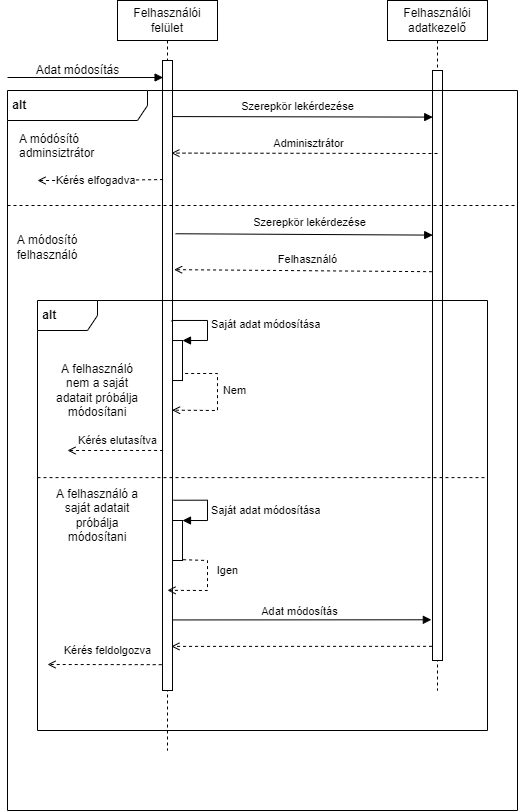
Matyi98/Szamitogep-biztonsag-VIHIMA06 keeps this draw.io diagram as img/User_data_modification.png. Above is the earlier version. Source tidied: cells renumbered, new cells last; positions are measured from the earlier drawing's top-left corner, leaving out a move shared by most shapes. Its diagram source:
```xml
<mxGraphModel>
  <root>
    <mxCell id="0" />
    <mxCell id="1" parent="0" />
    <mxCell id="2" value="Felhasználói felület" style="shape=umlLifeline;perimeter=lifelinePerimeter;whiteSpace=wrap;html=1;outlineConnect=0;" parent="1" vertex="1">
      <mxGeometry x="110" width="100" height="750" as="geometry" />
    </mxCell>
    <mxCell id="3" style="html=1;points=[];perimeter=orthogonalPerimeter;" parent="2" vertex="1">
      <mxGeometry x="45" y="60" width="10" height="630" as="geometry" />
    </mxCell>
    <mxCell id="4" style="html=1;points=[];perimeter=orthogonalPerimeter;" parent="2" vertex="1">
      <mxGeometry x="55" y="340" width="10" height="40" as="geometry" />
    </mxCell>
    <mxCell id="5" value="Saját adat módosítása" style="edgeStyle=orthogonalEdgeStyle;html=1;align=left;spacingLeft=2;endArrow=block;rounded=0;entryX=1;entryY=0;exitX=0.955;exitY=0.415;exitDx=0;exitDy=0;exitPerimeter=0;" parent="2" edge="1" source="3" target="4">
      <mxGeometry relative="1" as="geometry">
        <Array as="points">
          <mxPoint x="55" y="320" />
          <mxPoint x="90" y="320" />
          <mxPoint x="90" y="340" />
        </Array>
      </mxGeometry>
    </mxCell>
    <mxCell id="6" style="html=1;verticalAlign=bottom;labelBackgroundColor=none;endArrow=open;endFill=0;dashed=1;rounded=0;entryX=0.955;entryY=0.555;entryDx=0;entryDy=0;entryPerimeter=0;exitX=1.266;exitY=0.824;exitDx=0;exitDy=0;exitPerimeter=0;" parent="2" edge="1" source="4" target="3">
      <mxGeometry relative="1" as="geometry">
        <Array as="points">
          <mxPoint x="100" y="373" />
          <mxPoint x="100" y="410" />
        </Array>
      </mxGeometry>
    </mxCell>
    <mxCell id="7" value="Nem" style="edgeLabel;html=1;align=center;verticalAlign=middle;" parent="6" vertex="1">
      <mxGeometry x="0.46" y="-1" relative="1" as="geometry">
        <mxPoint x="31" y="-19" as="offset" />
      </mxGeometry>
    </mxCell>
    <mxCell id="8" style="html=1;points=[];perimeter=orthogonalPerimeter;" parent="2" vertex="1">
      <mxGeometry x="55" y="520" width="10" height="40" as="geometry" />
    </mxCell>
    <mxCell id="9" value="Saját adat módosítása" style="edgeStyle=orthogonalEdgeStyle;html=1;align=left;spacingLeft=2;endArrow=block;rounded=0;entryX=1;entryY=0;exitX=1.093;exitY=0.698;exitDx=0;exitDy=0;exitPerimeter=0;" parent="2" edge="1" source="3" target="8">
      <mxGeometry x="0.12" relative="1" as="geometry">
        <Array as="points">
          <mxPoint x="90" y="500" />
          <mxPoint x="90" y="520" />
        </Array>
      </mxGeometry>
    </mxCell>
    <mxCell id="10" style="html=1;verticalAlign=bottom;labelBackgroundColor=none;endArrow=open;endFill=0;dashed=1;rounded=0;exitX=1.059;exitY=0.98;exitDx=0;exitDy=0;exitPerimeter=0;entryX=0.5;entryY=0.841;entryDx=0;entryDy=0;entryPerimeter=0;" parent="2" edge="1" source="8" target="3">
      <mxGeometry relative="1" as="geometry">
        <Array as="points">
          <mxPoint x="90" y="560" />
          <mxPoint x="90" y="590" />
        </Array>
      </mxGeometry>
    </mxCell>
    <mxCell id="11" value="Igen" style="edgeLabel;html=1;align=center;verticalAlign=middle;" parent="10" vertex="1">
      <mxGeometry x="0.38" relative="1" as="geometry">
        <mxPoint x="30" y="-20" as="offset" />
      </mxGeometry>
    </mxCell>
    <mxCell id="12" style="html=1;verticalAlign=bottom;labelBackgroundColor=none;endArrow=block;endFill=1;rounded=0;entryX=0.059;entryY=0.027;entryDx=0;entryDy=0;entryPerimeter=0;" parent="1" edge="1" target="3">
      <mxGeometry relative="1" as="geometry">
        <mxPoint y="77" as="sourcePoint" />
      </mxGeometry>
    </mxCell>
    <mxCell id="13" value="Adat módosítás" style="text;html=1;align=center;verticalAlign=middle;strokeColor=none;fillColor=none;" parent="1" vertex="1">
      <mxGeometry x="15" y="55" width="110" height="30" as="geometry" />
    </mxCell>
    <mxCell id="14" value="Felhasználói adatkezelő" style="shape=umlLifeline;perimeter=lifelinePerimeter;whiteSpace=wrap;html=1;outlineConnect=0;" parent="1" vertex="1">
      <mxGeometry x="380" width="100" height="690" as="geometry" />
    </mxCell>
    <mxCell id="15" style="html=1;points=[];perimeter=orthogonalPerimeter;" parent="14" vertex="1">
      <mxGeometry x="45" y="70" width="10" height="590" as="geometry" />
    </mxCell>
    <mxCell id="16" style="html=1;verticalAlign=bottom;labelBackgroundColor=none;endArrow=block;endFill=1;rounded=0;exitX=0.955;exitY=0.089;exitDx=0;exitDy=0;exitPerimeter=0;entryX=0.024;entryY=0.079;entryDx=0;entryDy=0;entryPerimeter=0;" parent="1" edge="1" source="3" target="15">
      <mxGeometry relative="1" as="geometry" />
    </mxCell>
    <mxCell id="17" value="Szerepkör lekérdezése" style="edgeLabel;html=1;align=center;verticalAlign=middle;" parent="16" vertex="1">
      <mxGeometry x="0.06" relative="1" as="geometry">
        <mxPoint x="-13" y="-11" as="offset" />
      </mxGeometry>
    </mxCell>
    <mxCell id="18" style="html=1;verticalAlign=bottom;labelBackgroundColor=none;endArrow=open;endFill=0;dashed=1;rounded=0;entryX=0.886;entryY=0.147;entryDx=0;entryDy=0;entryPerimeter=0;" parent="1" edge="1" target="3">
      <mxGeometry relative="1" as="geometry">
        <mxPoint x="430" y="153" as="sourcePoint" />
      </mxGeometry>
    </mxCell>
    <mxCell id="19" value="Adminisztrátor" style="edgeLabel;html=1;align=center;verticalAlign=middle;" parent="18" vertex="1">
      <mxGeometry x="0.11" relative="1" as="geometry">
        <mxPoint x="19" y="-10" as="offset" />
      </mxGeometry>
    </mxCell>
    <mxCell id="20" style="html=1;verticalAlign=bottom;labelBackgroundColor=none;endArrow=open;endFill=0;dashed=1;rounded=0;exitX=0.059;exitY=0.189;exitDx=0;exitDy=0;exitPerimeter=0;" parent="1" edge="1" source="3">
      <mxGeometry relative="1" as="geometry">
        <mxPoint x="30" y="180" as="targetPoint" />
        <Array as="points">
          <mxPoint x="80" y="180" />
        </Array>
      </mxGeometry>
    </mxCell>
    <mxCell id="21" value="Kérés elfogadva" style="edgeLabel;html=1;align=center;verticalAlign=middle;" parent="20" vertex="1">
      <mxGeometry x="0.09" relative="1" as="geometry" />
    </mxCell>
    <mxCell id="22" style="html=1;verticalAlign=bottom;labelBackgroundColor=none;endArrow=block;endFill=1;rounded=0;entryX=0.024;entryY=0.279;entryDx=0;entryDy=0;entryPerimeter=0;exitX=1.3;exitY=0.275;exitDx=0;exitDy=0;exitPerimeter=0;" parent="1" edge="1" source="3" target="15">
      <mxGeometry relative="1" as="geometry" />
    </mxCell>
    <mxCell id="23" value="Szerepkör lekérdezése" style="edgeLabel;html=1;align=center;verticalAlign=middle;" parent="22" vertex="1">
      <mxGeometry x="-0.07" y="-1" relative="1" as="geometry">
        <mxPoint x="14" y="-13" as="offset" />
      </mxGeometry>
    </mxCell>
    <mxCell id="24" style="html=1;verticalAlign=bottom;labelBackgroundColor=none;endArrow=open;endFill=0;dashed=1;rounded=0;entryX=1.162;entryY=0.332;entryDx=0;entryDy=0;entryPerimeter=0;exitX=-0.045;exitY=0.341;exitDx=0;exitDy=0;exitPerimeter=0;" parent="1" edge="1" source="15" target="3">
      <mxGeometry relative="1" as="geometry" />
    </mxCell>
    <mxCell id="25" value="Felhasználó" style="edgeLabel;html=1;align=center;verticalAlign=middle;" parent="24" vertex="1">
      <mxGeometry x="0.17" relative="1" as="geometry">
        <mxPoint x="26" y="-11" as="offset" />
      </mxGeometry>
    </mxCell>
    <mxCell id="26" style="html=1;verticalAlign=bottom;labelBackgroundColor=none;endArrow=open;endFill=0;dashed=1;rounded=0;exitX=0.059;exitY=0.619;exitDx=0;exitDy=0;exitPerimeter=0;" parent="1" edge="1" source="3">
      <mxGeometry relative="1" as="geometry">
        <mxPoint x="60" y="450" as="targetPoint" />
      </mxGeometry>
    </mxCell>
    <mxCell id="27" value="Kérés elutasítva" style="edgeLabel;html=1;align=center;verticalAlign=middle;" parent="26" vertex="1">
      <mxGeometry x="0.21" relative="1" as="geometry">
        <mxPoint x="12" y="-10" as="offset" />
      </mxGeometry>
    </mxCell>
    <mxCell id="28" value="A" style="html=1;verticalAlign=bottom;labelBackgroundColor=none;endArrow=block;endFill=1;rounded=0;exitX=1.024;exitY=0.888;exitDx=0;exitDy=0;exitPerimeter=0;entryX=-0.114;entryY=0.931;entryDx=0;entryDy=0;entryPerimeter=0;" parent="1" edge="1" source="3" target="15">
      <mxGeometry relative="1" as="geometry" />
    </mxCell>
    <mxCell id="29" value="Adat módosítás" style="edgeLabel;html=1;align=center;verticalAlign=middle;" parent="28" vertex="1">
      <mxGeometry x="-0.16" y="1" relative="1" as="geometry">
        <mxPoint x="18" y="-8" as="offset" />
      </mxGeometry>
    </mxCell>
    <mxCell id="30" style="html=1;verticalAlign=bottom;labelBackgroundColor=none;endArrow=open;endFill=0;dashed=1;rounded=0;exitX=-0.045;exitY=0.976;exitDx=0;exitDy=0;exitPerimeter=0;entryX=0.886;entryY=0.93;entryDx=0;entryDy=0;entryPerimeter=0;" parent="1" edge="1" source="15" target="3">
      <mxGeometry relative="1" as="geometry" />
    </mxCell>
    <mxCell id="31" style="html=1;verticalAlign=bottom;labelBackgroundColor=none;endArrow=open;endFill=0;dashed=1;rounded=0;exitX=-0.079;exitY=0.959;exitDx=0;exitDy=0;exitPerimeter=0;" parent="1" edge="1" source="3">
      <mxGeometry relative="1" as="geometry">
        <mxPoint x="40" y="664" as="targetPoint" />
      </mxGeometry>
    </mxCell>
    <mxCell id="32" value="Kérés feldolgozva" style="edgeLabel;html=1;align=center;verticalAlign=middle;" parent="31" vertex="1">
      <mxGeometry x="0.35" relative="1" as="geometry">
        <mxPoint x="23" y="-14" as="offset" />
      </mxGeometry>
    </mxCell>
    <mxCell id="33" value="&lt;b&gt;&amp;nbsp;alt&lt;/b&gt;" style="shape=umlFrame;tabWidth=110;tabHeight=30;tabPosition=left;html=1;boundedLbl=1;labelInHeader=1;width=140;height=30;align=left;" parent="1" vertex="1">
      <mxGeometry y="90" width="510" height="720" as="geometry" />
    </mxCell>
    <mxCell id="34" value="A módósító&#10;adminsiztrátor" style="text;" parent="33" vertex="1">
      <mxGeometry width="110" height="40" relative="1" as="geometry">
        <mxPoint x="10" y="35" as="offset" />
      </mxGeometry>
    </mxCell>
    <mxCell id="35" style="line;strokeWidth=1;dashed=1;labelPosition=center;verticalLabelPosition=bottom;align=left;verticalAlign=top;spacingLeft=20;spacingTop=15;" parent="33" vertex="1">
      <mxGeometry width="510" height="230" as="geometry" />
    </mxCell>
    <mxCell id="36" value="A módosító felhasználó" style="text;html=1;strokeColor=none;fillColor=none;align=center;verticalAlign=middle;whiteSpace=wrap;rounded=0;" parent="33" vertex="1">
      <mxGeometry x="10" y="130" width="60" height="53.3" as="geometry" />
    </mxCell>
    <mxCell id="37" value="&lt;b&gt;&amp;nbsp;alt&lt;/b&gt;" style="shape=umlFrame;whiteSpace=wrap;html=1;align=left;" parent="33" vertex="1">
      <mxGeometry x="30" y="210" width="450" height="430" as="geometry" />
    </mxCell>
    <mxCell id="38" style="line;strokeWidth=1;fillColor=none;align=left;verticalAlign=middle;spacingTop=-1;spacingLeft=3;spacingRight=3;labelPosition=right;strokeColor=inherit;dashed=1;" parent="33" vertex="1">
      <mxGeometry x="30" y="380" width="450" height="14.2" as="geometry" />
    </mxCell>
    <mxCell id="39" value="A felhasználó nem a saját adatait próbálja módosítani" style="text;html=1;strokeColor=none;fillColor=none;align=center;verticalAlign=middle;whiteSpace=wrap;rounded=0;dashed=1;" parent="33" vertex="1">
      <mxGeometry x="40" y="270" width="100" height="60.4" as="geometry" />
    </mxCell>
    <mxCell id="40" value="A felhasználó a saját adatait próbálja módosítani" style="text;html=1;strokeColor=none;fillColor=none;align=center;verticalAlign=middle;whiteSpace=wrap;rounded=0;" parent="33" vertex="1">
      <mxGeometry x="40" y="400" width="100" height="50" as="geometry" />
    </mxCell>
  </root>
</mxGraphModel>
```
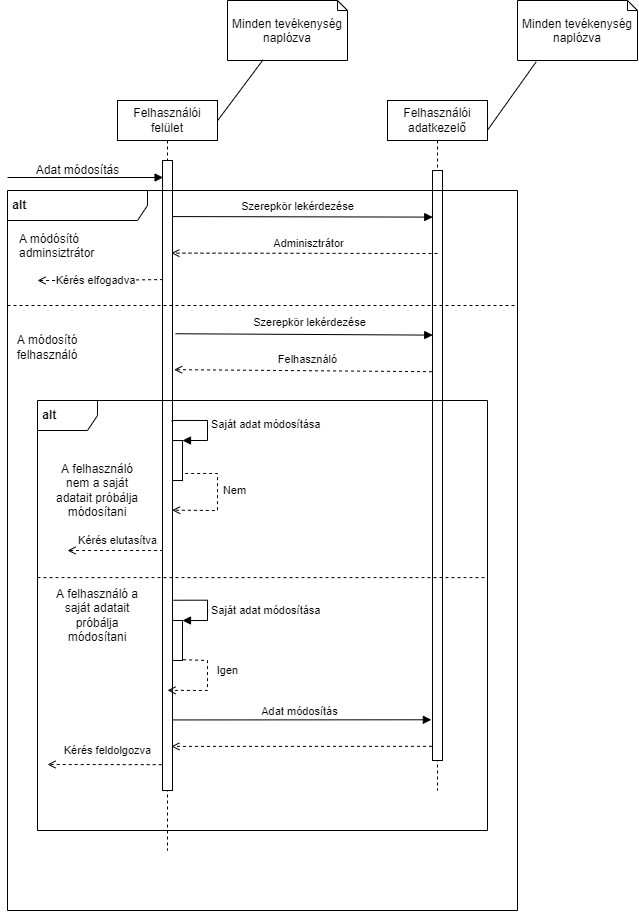
Later version of the same file.

Commit message:
Modified user data modification diagram

What changed in the source:
```diff
@@ -173,5 +173,17 @@
     <mxCell id="40" value="A felhasználó a saját adatait próbálja módosítani" style="text;html=1;strokeColor=none;fillColor=none;align=center;verticalAlign=middle;whiteSpace=wrap;rounded=0;" parent="33" vertex="1">
       <mxGeometry x="40" y="400" width="100" height="50" as="geometry" />
     </mxCell>
+    <mxCell id="41" value="Minden tevékenység naplózva" style="shape=note2;boundedLbl=1;whiteSpace=wrap;html=1;size=10;verticalAlign=top;align=center;" parent="1" vertex="1">
+      <mxGeometry x="220" y="-100" width="120" height="60" as="geometry" />
+    </mxCell>
+    <mxCell id="42" value="Minden tevékenység naplózva" style="shape=note2;boundedLbl=1;whiteSpace=wrap;html=1;size=10;verticalAlign=top;align=center;" parent="1" vertex="1">
+      <mxGeometry x="510" y="-100" width="120" height="60" as="geometry" />
+    </mxCell>
+    <mxCell id="43" style="endArrow=none;startArrow=none;endFill=0;startFill=0;endSize=8;html=1;verticalAlign=bottom;labelBackgroundColor=none;strokeWidth=1;rounded=0;exitX=0.297;exitY=0.987;exitDx=0;exitDy=0;exitPerimeter=0;entryX=1;entryY=0.027;entryDx=0;entryDy=0;entryPerimeter=0;" parent="1" edge="1" source="41" target="2">
+      <mxGeometry relative="1" as="geometry" />
+    </mxCell>
+    <mxCell id="44" style="endArrow=none;startArrow=none;endFill=0;startFill=0;endSize=8;html=1;verticalAlign=bottom;labelBackgroundColor=none;strokeWidth=1;rounded=0;exitX=0.156;exitY=1.021;exitDx=0;exitDy=0;exitPerimeter=0;entryX=1;entryY=0.043;entryDx=0;entryDy=0;entryPerimeter=0;" parent="1" edge="1" source="42" target="14">
+      <mxGeometry relative="1" as="geometry" />
+    </mxCell>
   </root>
 </mxGraphModel>
```
